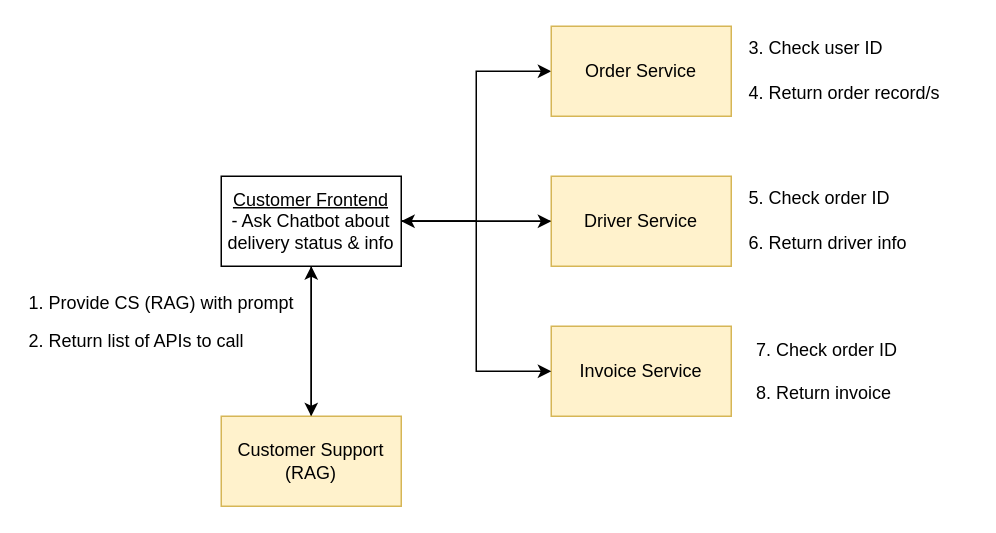
darkliyznyanlin910/esd-2425T2 keeps this draw.io diagram as diagrams/Scenario4.drawio. Above is the earlier version. Source tidied: cells renumbered, new cells numbered last; positions are measured from the earlier drawing's top-left corner, leaving out a move shared by most shapes. Both pictures are drawn from the tidied source at 150%, with x=0, y=0 at pixel (26, 26).
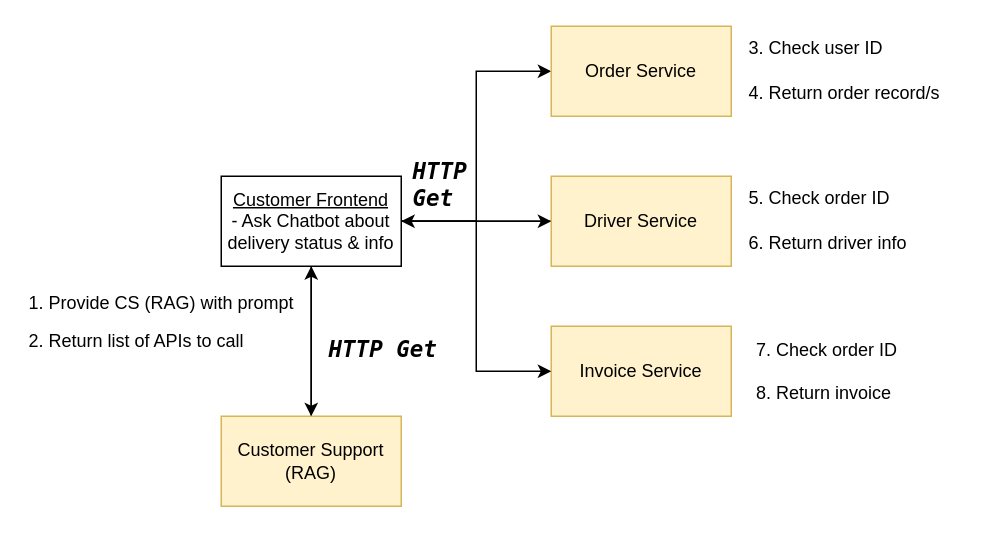
The same page after the edit.

Commit message (it also covers changes not shown here):
added HTTP Post and GET into diagrams

What changed in the source:
```diff
@@
+    <mxCell id="21" value="&lt;h5&gt;&lt;font style=&quot;font-size: 15px;&quot; face=&quot;Lucida Console&quot;&gt;&lt;i&gt;HTTP Get&lt;/i&gt;&lt;/font&gt;&lt;/h5&gt;" style="text;html=1;align=left;verticalAlign=middle;whiteSpace=wrap;rounded=0;" parent="1" vertex="1">
+      <mxGeometry x="200" y="200" width="100" height="30" as="geometry" />
+    </mxCell>
+    <mxCell id="22" value="&lt;h5&gt;&lt;font style=&quot;font-size: 15px;&quot; face=&quot;Lucida Console&quot;&gt;&lt;i&gt;HTTP Get&lt;/i&gt;&lt;/font&gt;&lt;/h5&gt;" style="text;html=1;align=left;verticalAlign=middle;whiteSpace=wrap;rounded=0;" parent="1" vertex="1">
+      <mxGeometry x="256" y="90" width="20" height="30" as="geometry" />
+    </mxCell>
```
